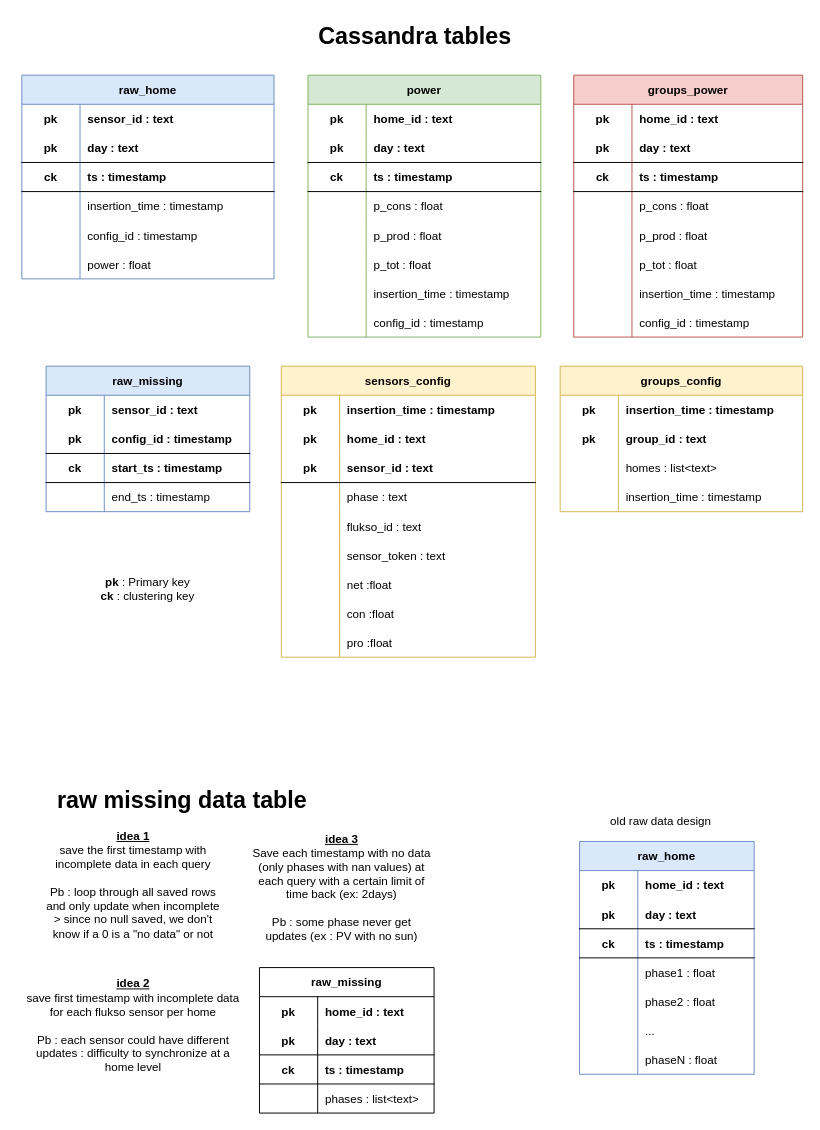
Before: page "cassandra tables" (1 of 10) of documentation/documentation_diagrams.drawio in AlexandreHnf/Voisin-d-energie-ULB, a draw.io diagram. Source tidied: cells renumbered, new cells numbered last; positions are measured from the earlier drawing's top-left corner, leaving out a move shared by most shapes. Both pictures are drawn from the tidied source at 97%, with x=0, y=0 at pixel (16, 16).
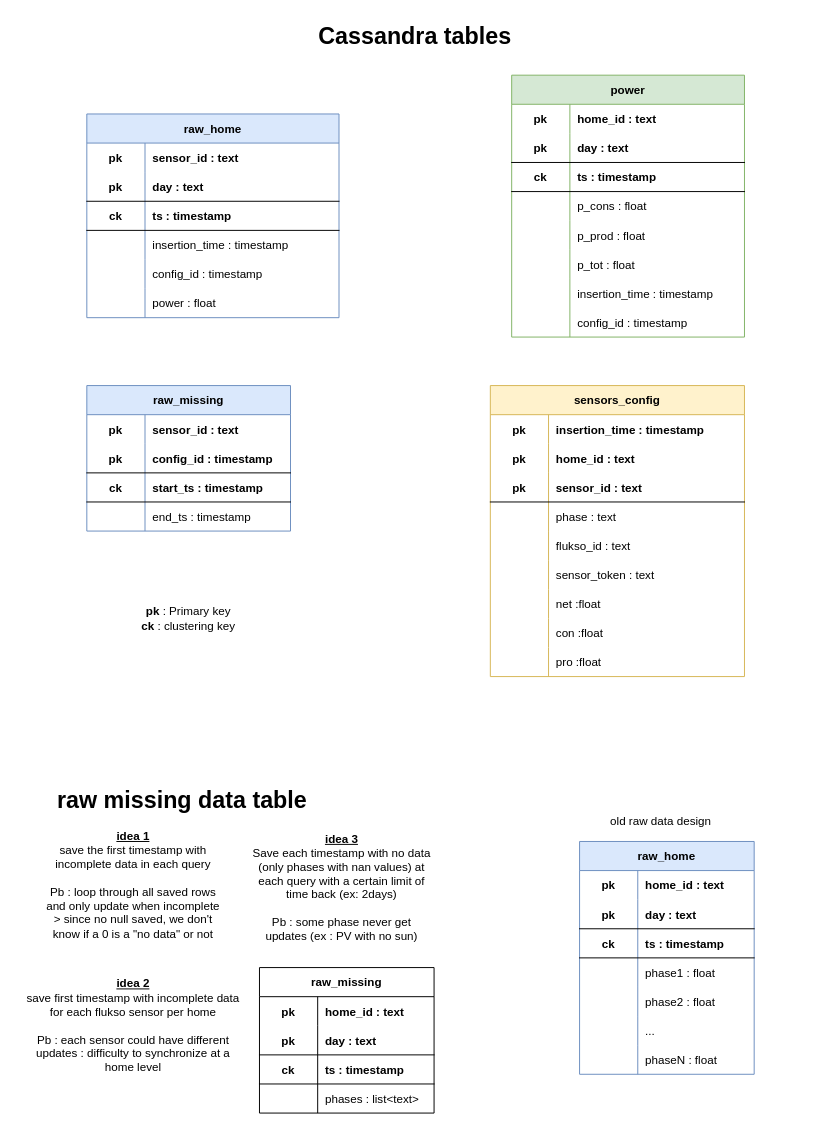
The same diagram, later.

Commit message (it also covers changes not shown here):
doc : update backend schemas : remove groups

The edit, as a diff of the source:
```diff
@@
     <mxCell id="24" value="power" style="shape=table;startSize=30;childLayout=tableLayout;rowLines=0;fontStyle=1;align=center;fillColor=#d5e8d4;strokeColor=#82b366;" parent="1" vertex="1">
-      <mxGeometry x="300" y="60" width="240" height="270" as="geometry" />
+      <mxGeometry x="510" y="60" width="240" height="270" as="geometry" />
     </mxCell>
@@
-    <mxCell id="49" value="groups_power" style="shape=table;startSize=30;childLayout=tableLayout;rowLines=0;fontStyle=1;align=center;fillColor=#f8cecc;strokeColor=#b85450;" parent="1" vertex="1">
-      <mxGeometry x="574" y="60" width="236" height="270" as="geometry" />
-    </mxCell>
-    <mxCell id="50" style="shape=tableRow;horizontal=0;startSize=0;swimlaneHead=0;swimlaneBody=0;fillColor=none;top=0;left=0;right=0;bottom=0;" parent="49" vertex="1">
-      <mxGeometry y="30" width="236" height="30" as="geometry" />
-    </mxCell>
-    <mxCell id="51" value="pk" style="shape=partialRectangle;fillColor=none;top=0;left=0;bottom=0;right=0;fontStyle=1;overflow=hidden;" parent="50" vertex="1">
-      <mxGeometry width="60" height="30" as="geometry" />
-    </mxCell>
-    <mxCell id="52" value="home_id : text" style="shape=partialRectangle;fillColor=none;top=0;left=0;bottom=0;right=0;align=left;spacingLeft=6;fontStyle=1;overflow=hidden;" parent="50" vertex="1">
-      <mxGeometry x="60" width="176" height="30" as="geometry" />
-    </mxCell>
-    <mxCell id="53" style="shape=tableRow;horizontal=0;startSize=0;swimlaneHead=0;swimlaneBody=0;fillColor=none;top=0;left=0;right=0;bottom=1;" parent="49" vertex="1">
-      <mxGeometry y="60" width="236" height="30" as="geometry" />
-    </mxCell>
-    <mxCell id="54" value="pk" style="shape=partialRectangle;fillColor=none;top=0;left=0;bottom=0;right=0;fontStyle=1;overflow=hidden;" parent="53" vertex="1">
-      <mxGeometry width="60" height="30" as="geometry" />
-    </mxCell>
-    <mxCell id="55" value="day : text" style="shape=partialRectangle;fillColor=none;top=0;left=0;bottom=0;right=0;align=left;spacingLeft=6;fontStyle=1;overflow=hidden;" parent="53" vertex="1">
-      <mxGeometry x="60" width="176" height="30" as="geometry" />
-    </mxCell>
-    <mxCell id="56" style="shape=tableRow;horizontal=0;startSize=0;swimlaneHead=0;swimlaneBody=0;fillColor=none;top=0;left=0;right=0;bottom=1;" parent="49" vertex="1">
-      <mxGeometry y="90" width="236" height="30" as="geometry" />
-    </mxCell>
-    <mxCell id="57" value="ck" style="shape=partialRectangle;fillColor=none;top=0;left=0;bottom=0;right=0;fontStyle=1;overflow=hidden;" parent="56" vertex="1">
-      <mxGeometry width="60" height="30" as="geometry" />
-    </mxCell>
-    <mxCell id="58" value="ts : timestamp" style="shape=partialRectangle;fillColor=none;top=0;left=0;bottom=0;right=0;align=left;spacingLeft=6;fontStyle=1;overflow=hidden;" parent="56" vertex="1">
-      <mxGeometry x="60" width="176" height="30" as="geometry" />
-    </mxCell>
-    <mxCell id="59" style="shape=tableRow;horizontal=0;startSize=0;swimlaneHead=0;swimlaneBody=0;fillColor=none;top=0;left=0;right=0;bottom=0;" parent="49" vertex="1">
-      <mxGeometry y="120" width="236" height="30" as="geometry" />
-    </mxCell>
-    <mxCell id="60" style="shape=partialRectangle;fillColor=none;top=0;left=0;bottom=0;right=0;overflow=hidden;" parent="59" vertex="1">
-      <mxGeometry width="60" height="30" as="geometry" />
-    </mxCell>
-    <mxCell id="61" value="p_cons : float" style="shape=partialRectangle;fillColor=none;top=0;left=0;bottom=0;right=0;align=left;spacingLeft=6;overflow=hidden;" parent="59" vertex="1">
-      <mxGeometry x="60" width="176" height="30" as="geometry" />
-    </mxCell>
-    <mxCell id="62" style="shape=tableRow;horizontal=0;startSize=0;swimlaneHead=0;swimlaneBody=0;fillColor=none;top=0;left=0;right=0;bottom=0;" parent="49" vertex="1">
-      <mxGeometry y="150" width="236" height="30" as="geometry" />
-    </mxCell>
-    <mxCell id="63" style="shape=partialRectangle;fillColor=none;top=0;left=0;bottom=0;right=0;overflow=hidden;" parent="62" vertex="1">
-      <mxGeometry width="60" height="30" as="geometry" />
-    </mxCell>
-    <mxCell id="64" value="p_prod : float" style="shape=partialRectangle;fillColor=none;top=0;left=0;bottom=0;right=0;align=left;spacingLeft=6;overflow=hidden;" parent="62" vertex="1">
-      <mxGeometry x="60" width="176" height="30" as="geometry" />
-    </mxCell>
-    <mxCell id="65" style="shape=tableRow;horizontal=0;startSize=0;swimlaneHead=0;swimlaneBody=0;fillColor=none;top=0;left=0;right=0;bottom=0;" parent="49" vertex="1">
-      <mxGeometry y="180" width="236" height="30" as="geometry" />
-    </mxCell>
-    <mxCell id="66" style="shape=partialRectangle;fillColor=none;top=0;left=0;bottom=0;right=0;overflow=hidden;" parent="65" vertex="1">
-      <mxGeometry width="60" height="30" as="geometry" />
-    </mxCell>
-    <mxCell id="67" value="p_tot : float" style="shape=partialRectangle;fillColor=none;top=0;left=0;bottom=0;right=0;align=left;spacingLeft=6;overflow=hidden;" parent="65" vertex="1">
-      <mxGeometry x="60" width="176" height="30" as="geometry" />
-    </mxCell>
-    <mxCell id="68" style="shape=tableRow;horizontal=0;startSize=0;swimlaneHead=0;swimlaneBody=0;fillColor=none;top=0;left=0;right=0;bottom=0;" parent="49" vertex="1">
-      <mxGeometry y="210" width="236" height="30" as="geometry" />
-    </mxCell>
-    <mxCell id="69" style="shape=partialRectangle;fillColor=none;top=0;left=0;bottom=0;right=0;overflow=hidden;" parent="68" vertex="1">
-      <mxGeometry width="60" height="30" as="geometry" />
-    </mxCell>
-    <mxCell id="70" value="insertion_time : timestamp" style="shape=partialRectangle;fillColor=none;top=0;left=0;bottom=0;right=0;align=left;spacingLeft=6;overflow=hidden;" parent="68" vertex="1">
-      <mxGeometry x="60" width="176" height="30" as="geometry" />
-    </mxCell>
-    <mxCell id="71" style="shape=tableRow;horizontal=0;startSize=0;swimlaneHead=0;swimlaneBody=0;fillColor=none;top=0;left=0;right=0;bottom=0;" parent="49" vertex="1">
-      <mxGeometry y="240" width="236" height="30" as="geometry" />
-    </mxCell>
-    <mxCell id="72" style="shape=partialRectangle;fillColor=none;top=0;left=0;bottom=0;right=0;overflow=hidden;" parent="71" vertex="1">
-      <mxGeometry width="60" height="30" as="geometry" />
-    </mxCell>
-    <mxCell id="73" value="config_id : timestamp" style="shape=partialRectangle;fillColor=none;top=0;left=0;bottom=0;right=0;align=left;spacingLeft=6;overflow=hidden;" parent="71" vertex="1">
-      <mxGeometry x="60" width="176" height="30" as="geometry" />
-    </mxCell>
@@
     <mxCell id="92" value="sensors_config" style="shape=table;startSize=30;childLayout=tableLayout;rowLines=0;fontStyle=1;align=center;fillColor=#fff2cc;strokeColor=#d6b656;" parent="1" vertex="1">
-      <mxGeometry x="272.5" y="360" width="262" height="300" as="geometry" />
+      <mxGeometry x="488" y="380" width="262" height="300" as="geometry" />
     </mxCell>
@@
-    <mxCell id="120" value="groups_config" style="shape=table;startSize=30;childLayout=tableLayout;rowLines=0;fontStyle=1;align=center;fillColor=#fff2cc;strokeColor=#d6b656;" parent="1" vertex="1">
-      <mxGeometry x="560" y="360" width="250" height="150" as="geometry" />
-    </mxCell>
-    <mxCell id="121" style="shape=tableRow;horizontal=0;startSize=0;swimlaneHead=0;swimlaneBody=0;fillColor=none;top=0;left=0;right=0;bottom=0;" parent="120" vertex="1">
-      <mxGeometry y="30" width="250" height="30" as="geometry" />
-    </mxCell>
-    <mxCell id="122" value="pk" style="shape=partialRectangle;fillColor=none;top=0;left=0;bottom=0;right=0;fontStyle=1;overflow=hidden;" parent="121" vertex="1">
-      <mxGeometry width="60" height="30" as="geometry" />
-    </mxCell>
-    <mxCell id="123" value="insertion_time : timestamp" style="shape=partialRectangle;fillColor=none;top=0;left=0;bottom=0;right=0;align=left;spacingLeft=6;fontStyle=1;overflow=hidden;" parent="121" vertex="1">
-      <mxGeometry x="60" width="190" height="30" as="geometry" />
-    </mxCell>
-    <mxCell id="124" style="shape=tableRow;horizontal=0;startSize=0;swimlaneHead=0;swimlaneBody=0;fillColor=none;top=0;left=0;right=0;bottom=0;" parent="120" vertex="1">
-      <mxGeometry y="60" width="250" height="30" as="geometry" />
-    </mxCell>
-    <mxCell id="125" value="pk" style="shape=partialRectangle;fillColor=none;top=0;left=0;bottom=0;right=0;fontStyle=1;overflow=hidden;" parent="124" vertex="1">
-      <mxGeometry width="60" height="30" as="geometry" />
-    </mxCell>
-    <mxCell id="126" value="group_id : text" style="shape=partialRectangle;fillColor=none;top=0;left=0;bottom=0;right=0;align=left;spacingLeft=6;fontStyle=1;overflow=hidden;" parent="124" vertex="1">
-      <mxGeometry x="60" width="190" height="30" as="geometry" />
-    </mxCell>
-    <mxCell id="127" style="shape=tableRow;horizontal=0;startSize=0;swimlaneHead=0;swimlaneBody=0;fillColor=none;top=0;left=0;right=0;bottom=0;strokeWidth=1;perimeterSpacing=0;" parent="120" vertex="1">
-      <mxGeometry y="90" width="250" height="30" as="geometry" />
-    </mxCell>
-    <mxCell id="128" style="shape=partialRectangle;fillColor=none;top=0;left=0;bottom=0;right=0;overflow=hidden;" parent="127" vertex="1">
-      <mxGeometry width="60" height="30" as="geometry" />
-    </mxCell>
-    <mxCell id="129" value="homes : list&lt;text&gt;" style="shape=partialRectangle;fillColor=none;top=0;left=0;bottom=0;right=0;align=left;spacingLeft=6;overflow=hidden;" parent="127" vertex="1">
-      <mxGeometry x="60" width="190" height="30" as="geometry" />
-    </mxCell>
-    <mxCell id="130" style="shape=tableRow;horizontal=0;startSize=0;swimlaneHead=0;swimlaneBody=0;fillColor=none;top=0;left=0;right=0;bottom=0;strokeWidth=1;perimeterSpacing=0;" parent="120" vertex="1">
-      <mxGeometry y="120" width="250" height="30" as="geometry" />
-    </mxCell>
-    <mxCell id="131" style="shape=partialRectangle;fillColor=none;top=0;left=0;bottom=0;right=0;overflow=hidden;" parent="130" vertex="1">
-      <mxGeometry width="60" height="30" as="geometry" />
-    </mxCell>
-    <mxCell id="132" value="insertion_time : timestamp" style="shape=partialRectangle;fillColor=none;top=0;left=0;bottom=0;right=0;align=left;spacingLeft=6;overflow=hidden;" parent="130" vertex="1">
-      <mxGeometry x="60" width="190" height="30" as="geometry" />
-    </mxCell>
     <mxCell id="133" value="&lt;div&gt;&lt;b&gt;pk&lt;/b&gt; : Primary key&lt;/div&gt;&lt;div&gt;&lt;b&gt;ck &lt;/b&gt;: clustering key&lt;br&gt;&lt;/div&gt;" style="text;html=1;strokeColor=none;fillColor=none;align=center;verticalAlign=middle;whiteSpace=wrap;rounded=0;" parent="1" vertex="1">
-      <mxGeometry x="72" y="560" width="126" height="60" as="geometry" />
+      <mxGeometry x="114" y="590" width="126" height="60" as="geometry" />
     </mxCell>
     <mxCell id="134" value="raw_home" style="shape=table;startSize=30;childLayout=tableLayout;rowLines=0;fontStyle=1;align=center;fillColor=#dae8fc;strokeColor=#6c8ebf;" parent="1" vertex="1">
-      <mxGeometry x="5" y="60" width="260" height="210" as="geometry" />
+      <mxGeometry x="72" y="100" width="260" height="210" as="geometry" />
     </mxCell>
@@
     <mxCell id="154" value="raw_missing" style="shape=table;startSize=30;childLayout=tableLayout;rowLines=0;fontStyle=1;align=center;fillColor=#dae8fc;strokeColor=#6c8ebf;" parent="1" vertex="1">
-      <mxGeometry x="30" y="360" width="210" height="150" as="geometry" />
+      <mxGeometry x="72" y="380" width="210" height="150" as="geometry" />
     </mxCell>
```
